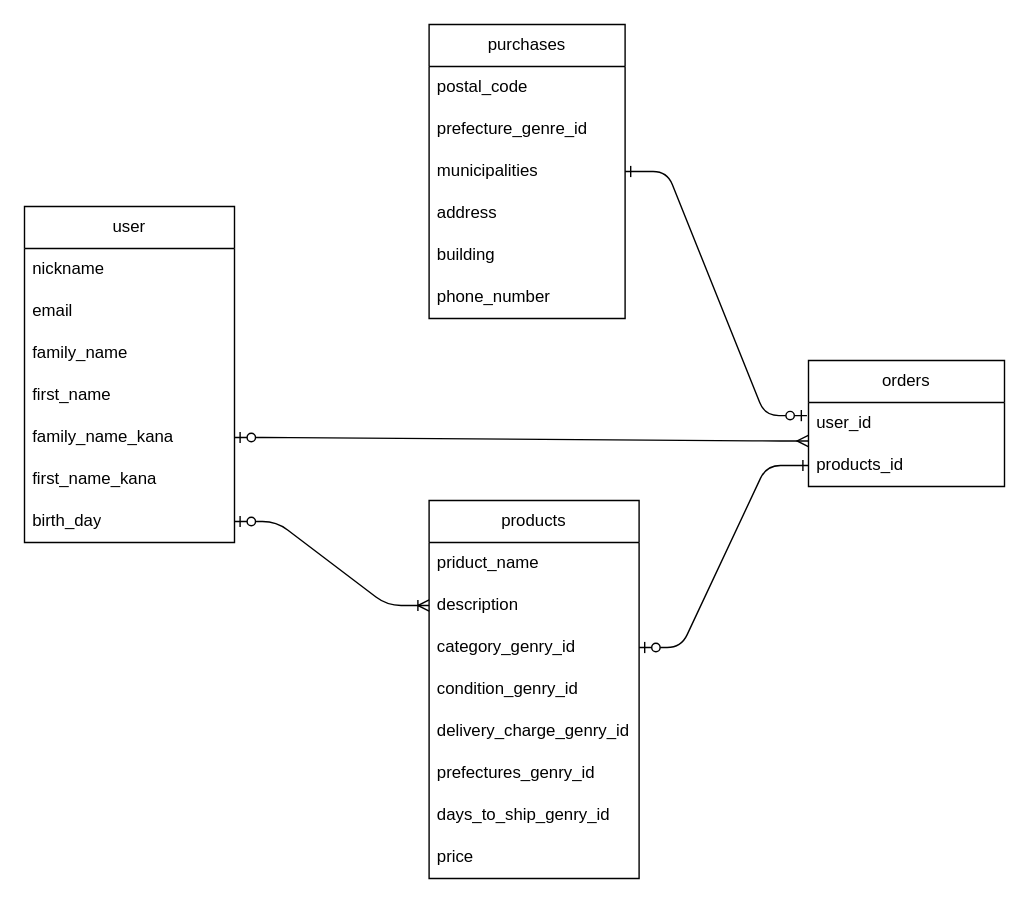
Earlier version of the draw.io diagram ER.dio (konkiiii/furima-38526). Source tidied: cells renumbered, new cells numbered last; positions are measured from the earlier drawing's top-left corner, leaving out a move shared by most shapes. Both pictures are drawn from the tidied source at 140%, with x=0, y=0 at pixel (24, 24).
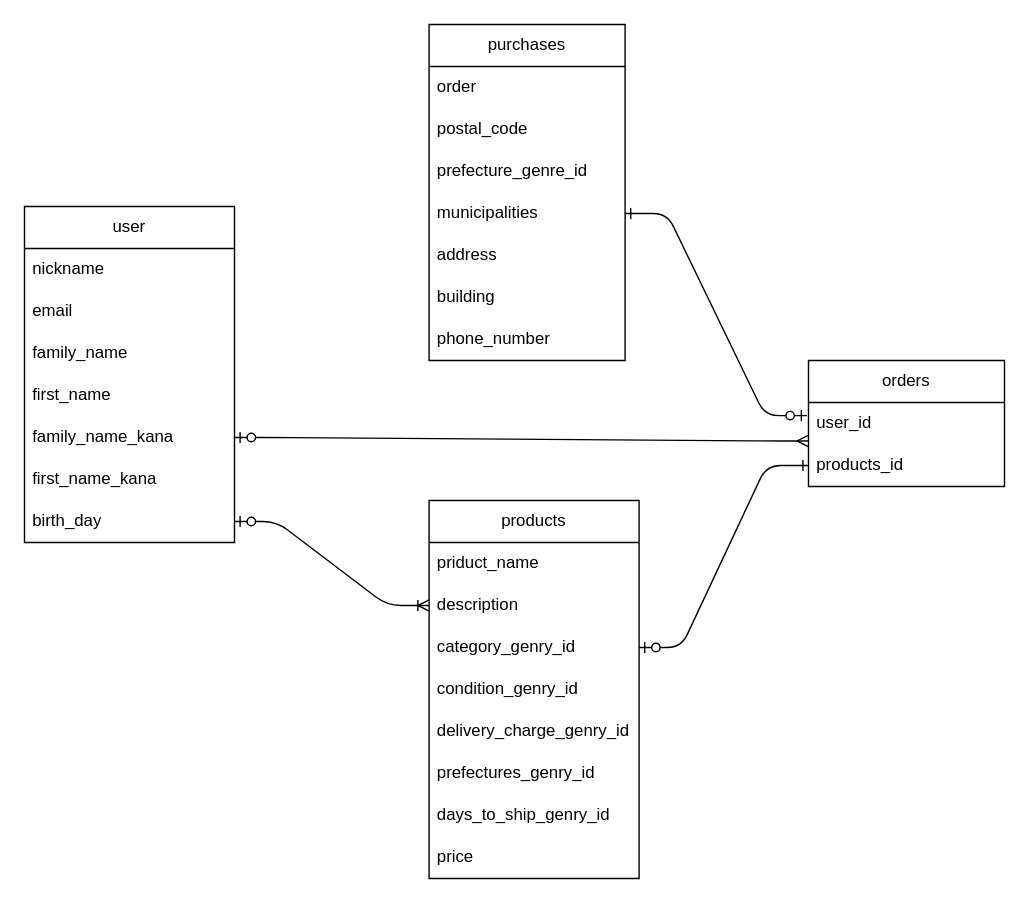
The same diagram, later.

Diff of the diagram source:
```diff
@@
     <mxCell id="10" value="purchases" style="swimlane;fontStyle=0;horizontal=1;startSize=30;whiteSpace=wrap;html=1;rounded=0;" parent="1" vertex="1">
-      <mxGeometry x="289" width="140" height="210" as="geometry" />
+      <mxGeometry x="289" width="140" height="240" as="geometry" />
     </mxCell>
+    <mxCell id="33" value="order" style="text;strokeColor=none;fillColor=none;align=left;verticalAlign=middle;spacingLeft=4;spacingRight=4;overflow=hidden;whiteSpace=wrap;html=1;rounded=0;" parent="10" vertex="1">
+      <mxGeometry y="30" width="140" height="30" as="geometry" />
+    </mxCell>
     <mxCell id="11" value="postal_code" style="text;strokeColor=none;fillColor=none;align=left;verticalAlign=middle;spacingLeft=4;spacingRight=4;overflow=hidden;whiteSpace=wrap;html=1;rounded=0;" parent="10" vertex="1">
-      <mxGeometry y="30" width="140" height="30" as="geometry" />
+      <mxGeometry y="60" width="140" height="30" as="geometry" />
     </mxCell>
     <mxCell id="12" value="prefecture_genre_id" style="text;strokeColor=none;fillColor=none;align=left;verticalAlign=middle;spacingLeft=4;spacingRight=4;overflow=hidden;whiteSpace=wrap;html=1;rounded=0;" parent="10" vertex="1">
-      <mxGeometry y="60" width="140" height="30" as="geometry" />
+      <mxGeometry y="90" width="140" height="30" as="geometry" />
     </mxCell>
     <mxCell id="13" value="municipalities" style="text;strokeColor=none;fillColor=none;align=left;verticalAlign=middle;spacingLeft=4;spacingRight=4;overflow=hidden;points=[[0,0.5],[1,0.5]];portConstraint=eastwest;whiteSpace=wrap;html=1;rounded=0;" parent="10" vertex="1">
-      <mxGeometry y="90" width="140" height="30" as="geometry" />
+      <mxGeometry y="120" width="140" height="30" as="geometry" />
     </mxCell>
     <mxCell id="14" value="address" style="text;strokeColor=none;fillColor=none;align=left;verticalAlign=middle;spacingLeft=4;spacingRight=4;overflow=hidden;whiteSpace=wrap;html=1;rounded=0;" parent="10" vertex="1">
-      <mxGeometry y="120" width="140" height="30" as="geometry" />
+      <mxGeometry y="150" width="140" height="30" as="geometry" />
     </mxCell>
     <mxCell id="15" value="building" style="text;strokeColor=none;fillColor=none;align=left;verticalAlign=middle;spacingLeft=4;spacingRight=4;overflow=hidden;whiteSpace=wrap;html=1;rounded=0;" parent="10" vertex="1">
-      <mxGeometry y="150" width="140" height="30" as="geometry" />
+      <mxGeometry y="180" width="140" height="30" as="geometry" />
     </mxCell>
     <mxCell id="16" value="phone_number" style="text;strokeColor=none;fillColor=none;align=left;verticalAlign=middle;spacingLeft=4;spacingRight=4;overflow=hidden;whiteSpace=wrap;html=1;rounded=0;" parent="10" vertex="1">
-      <mxGeometry y="180" width="140" height="30" as="geometry" />
+      <mxGeometry y="210" width="140" height="30" as="geometry" />
     </mxCell>
```
